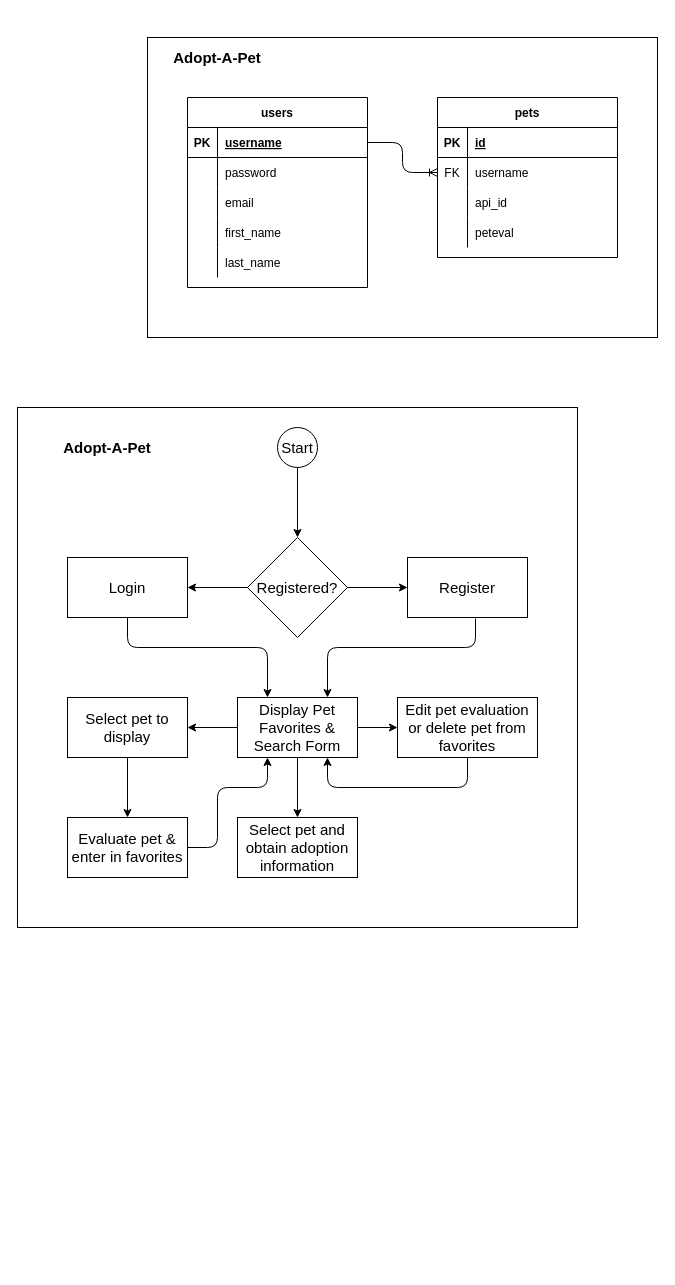
Before: Capstone Documents/adopt-a-pet.drawio in ursawd/adopt-a-pet, a draw.io diagram. Source tidied: cells renumbered, new cells numbered last; positions are measured from the earlier drawing's top-left corner, leaving out a move shared by most shapes. Both pictures are drawn from the tidied source at 100%, with x=0, y=0 at pixel (17, 37).
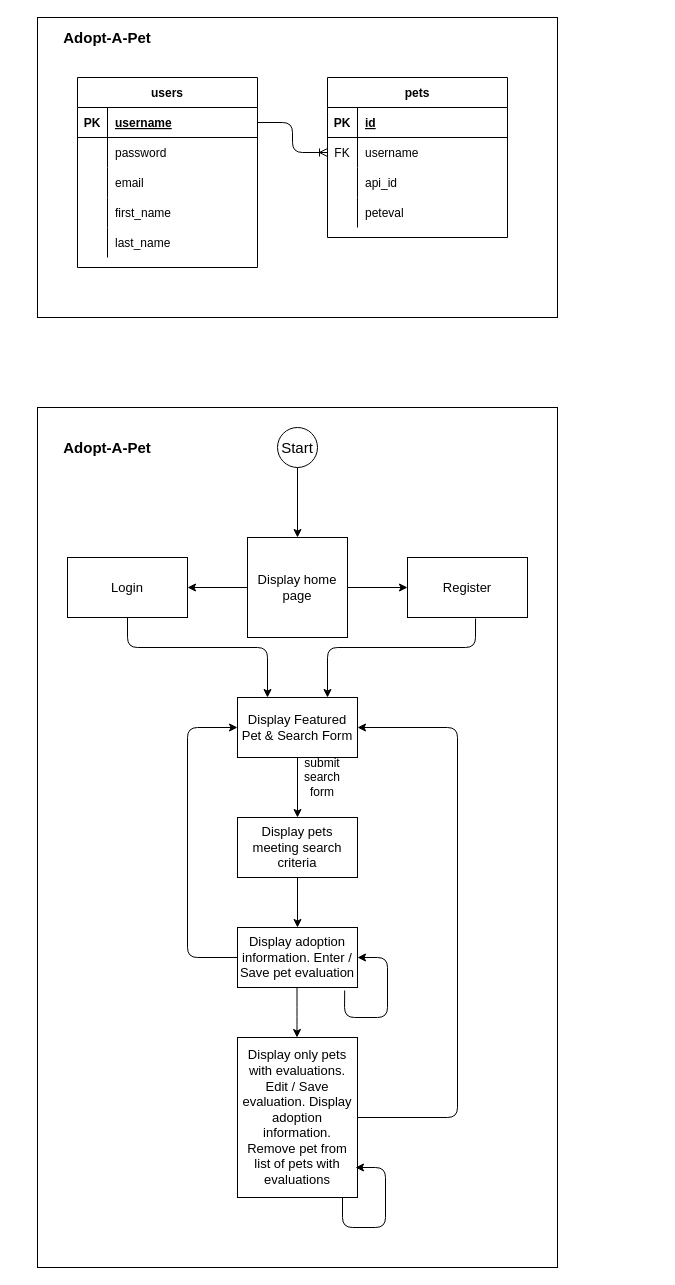
Above is the later version.

The edit, as a diff of the source:
```diff
@@
+    <mxCell id="56" style="rounded=0;whiteSpace=wrap;html=1;fontSize=13;" parent="1" vertex="1">
+      <mxGeometry x="20" y="370" width="520" height="860" as="geometry" />
+    </mxCell>
     <mxCell id="2" style="rounded=0;whiteSpace=wrap;html=1;" parent="1" vertex="1">
-      <mxGeometry x="130" width="510" height="300" as="geometry" />
+      <mxGeometry x="20" y="-20" width="520" height="300" as="geometry" />
     </mxCell>
     <mxCell id="3" value="users" style="shape=table;startSize=30;childLayout=tableLayout;rowLines=0;fontStyle=1;align=center;" parent="1" vertex="1">
-      <mxGeometry x="170" y="60" width="180" height="190" as="geometry" />
+      <mxGeometry x="60" y="40" width="180" height="190" as="geometry" />
     </mxCell>
@@
     <mxCell id="19" value="pets" style="shape=table;startSize=30;childLayout=tableLayout;rowLines=0;fontStyle=1;align=center;" parent="1" vertex="1">
-      <mxGeometry x="420" y="60" width="180" height="160" as="geometry" />
+      <mxGeometry x="310" y="40" width="180" height="160" as="geometry" />
     </mxCell>
@@
     <mxCell id="32" value="Adopt-A-Pet" style="text;html=1;strokeColor=none;fillColor=none;align=center;verticalAlign=middle;whiteSpace=wrap;rounded=0;fontStyle=1;fontSize=15;" parent="1" vertex="1">
-      <mxGeometry x="150" y="10" width="100" height="20" as="geometry" />
+      <mxGeometry x="40" y="-10" width="100" height="20" as="geometry" />
     </mxCell>
-    <mxCell id="33" style="rounded=0;whiteSpace=wrap;html=1;fontSize=15;" parent="1" vertex="1">
-      <mxGeometry y="370" width="560" height="520" as="geometry" />
-    </mxCell>
@@
-    <mxCell id="35" value="Registered?" style="rhombus;whiteSpace=wrap;html=1;fontSize=15;" parent="1" vertex="1">
+    <mxCell id="35" value="Display home page" style="rounded=0;whiteSpace=wrap;html=1;fontFamily=Helvetica;fontSize=13;fontColor=#000000;align=center;strokeColor=#000000;fillColor=#ffffff;" parent="1" vertex="1">
       <mxGeometry x="230" y="500" width="100" height="100" as="geometry" />
     </mxCell>
-    <mxCell id="36" value="Login" style="rounded=0;whiteSpace=wrap;html=1;fontSize=15;" parent="1" vertex="1">
+    <mxCell id="36" value="Login" style="rounded=0;whiteSpace=wrap;html=1;fontFamily=Helvetica;fontSize=13;fontColor=#000000;align=center;strokeColor=#000000;fillColor=#ffffff;" parent="1" vertex="1">
       <mxGeometry x="50" y="520" width="120" height="60" as="geometry" />
     </mxCell>
-    <mxCell id="37" value="Register" style="rounded=0;whiteSpace=wrap;html=1;fontSize=15;" parent="1" vertex="1">
+    <mxCell id="37" value="Register" style="rounded=0;whiteSpace=wrap;html=1;fontSize=13;" parent="1" vertex="1">
       <mxGeometry x="390" y="520" width="120" height="60" as="geometry" />
     </mxCell>
-    <mxCell id="38" value="Display Pet Favorites &amp;amp; Search Form" style="rounded=0;whiteSpace=wrap;html=1;fontSize=15;" parent="1" vertex="1">
+    <mxCell id="38" value="Display Featured Pet &amp;amp; Search Form" style="rounded=0;whiteSpace=wrap;html=1;fontSize=13;" parent="1" vertex="1">
       <mxGeometry x="220" y="660" width="120" height="60" as="geometry" />
     </mxCell>
-    <mxCell id="39" value="Select pet to display" style="rounded=0;whiteSpace=wrap;html=1;fontSize=15;" parent="1" vertex="1">
-      <mxGeometry x="50" y="660" width="120" height="60" as="geometry" />
-    </mxCell>
-    <mxCell id="40" value="Evaluate pet &amp;amp; enter in favorites" style="rounded=0;whiteSpace=wrap;html=1;fontSize=15;" parent="1" vertex="1">
-      <mxGeometry x="50" y="780" width="120" height="60" as="geometry" />
-    </mxCell>
-    <mxCell id="41" value="Edit pet evaluation or delete pet from favorites" style="rounded=0;whiteSpace=wrap;html=1;fontSize=15;" parent="1" vertex="1">
-      <mxGeometry x="380" y="660" width="140" height="60" as="geometry" />
-    </mxCell>
-    <mxCell id="42" value="Select pet and obtain adoption information" style="rounded=0;whiteSpace=wrap;html=1;fontSize=15;" parent="1" vertex="1">
+    <mxCell id="42" value="Display pets meeting search criteria" style="rounded=0;whiteSpace=wrap;html=1;fontSize=13;" parent="1" vertex="1">
       <mxGeometry x="220" y="780" width="120" height="60" as="geometry" />
     </mxCell>
@@
-    <mxCell id="48" style="endArrow=classic;html=1;fontSize=15;entryX=0;entryY=0.5;entryDx=0;entryDy=0;exitX=1;exitY=0.5;exitDx=0;exitDy=0;" parent="1" edge="1" source="38" target="41">
-      <mxGeometry relative="1" as="geometry" />
-    </mxCell>
-    <mxCell id="49" style="endArrow=classic;html=1;fontSize=15;exitX=0;exitY=0.5;exitDx=0;exitDy=0;entryX=1;entryY=0.5;entryDx=0;entryDy=0;" parent="1" edge="1" source="38" target="39">
-      <mxGeometry relative="1" as="geometry" />
-    </mxCell>
@@
-    <mxCell id="51" style="endArrow=classic;html=1;fontSize=15;exitX=0.5;exitY=1;exitDx=0;exitDy=0;" parent="1" edge="1" source="39" target="40">
-      <mxGeometry relative="1" as="geometry" />
-    </mxCell>
-    <mxCell id="52" style="endArrow=classic;html=1;fontSize=15;exitX=0.5;exitY=1;exitDx=0;exitDy=0;entryX=0.75;entryY=1;entryDx=0;entryDy=0;" parent="1" edge="1" source="41" target="38">
-      <mxGeometry relative="1" as="geometry">
-        <Array as="points">
-          <mxPoint x="450" y="750" />
-          <mxPoint x="310" y="750" />
-        </Array>
-      </mxGeometry>
-    </mxCell>
-    <mxCell id="53" style="endArrow=classic;html=1;fontSize=15;exitX=1;exitY=0.5;exitDx=0;exitDy=0;entryX=0.25;entryY=1;entryDx=0;entryDy=0;" parent="1" edge="1" source="40" target="38">
-      <mxGeometry relative="1" as="geometry">
-        <Array as="points">
-          <mxPoint x="200" y="810" />
-          <mxPoint x="200" y="750" />
-          <mxPoint x="250" y="750" />
-        </Array>
-      </mxGeometry>
-    </mxCell>
@@
+    <mxCell id="57" value="submit search form" style="text;html=1;strokeColor=none;fillColor=none;align=center;verticalAlign=middle;whiteSpace=wrap;rounded=0;" parent="1" vertex="1">
+      <mxGeometry x="285" y="730" width="40" height="20" as="geometry" />
+    </mxCell>
+    <mxCell id="58" value="Display adoption information. Enter / Save pet evaluation" style="rounded=0;whiteSpace=wrap;html=1;fontSize=13;" parent="1" vertex="1">
+      <mxGeometry x="220" y="890" width="120" height="60" as="geometry" />
+    </mxCell>
+    <mxCell id="59" style="endArrow=classic;html=1;fontSize=15;exitX=0.893;exitY=1.05;exitDx=0;exitDy=0;entryX=1;entryY=0.5;entryDx=0;entryDy=0;exitPerimeter=0;" parent="1" edge="1" source="58" target="58">
+      <mxGeometry relative="1" as="geometry">
+        <Array as="points">
+          <mxPoint x="327" y="980" />
+          <mxPoint x="370" y="980" />
+          <mxPoint x="370" y="920" />
+        </Array>
+      </mxGeometry>
+    </mxCell>
+    <mxCell id="60" style="endArrow=classic;html=1;fontSize=15;exitX=0;exitY=0.5;exitDx=0;exitDy=0;entryX=0;entryY=0.5;entryDx=0;entryDy=0;" parent="1" edge="1" source="58" target="38">
+      <mxGeometry relative="1" as="geometry">
+        <Array as="points">
+          <mxPoint x="170" y="920" />
+          <mxPoint x="170" y="690" />
+        </Array>
+      </mxGeometry>
+    </mxCell>
+    <mxCell id="61" style="endArrow=classic;html=1;fontSize=15;exitX=0.5;exitY=1;exitDx=0;exitDy=0;entryX=0.5;entryY=0;entryDx=0;entryDy=0;" parent="1" edge="1" source="42" target="58">
+      <mxGeometry relative="1" as="geometry" />
+    </mxCell>
+    <mxCell id="62" value="Display only pets with evaluations. Edit / Save evaluation. Display adoption information. Remove pet from list of pets with evaluations" style="rounded=0;whiteSpace=wrap;html=1;fontSize=13;" parent="1" vertex="1">
+      <mxGeometry x="220" y="1000" width="120" height="160" as="geometry" />
+    </mxCell>
+    <mxCell id="63" style="endArrow=classic;html=1;fontSize=15;" parent="1" edge="1">
+      <mxGeometry relative="1" as="geometry">
+        <mxPoint x="325" y="1160" as="sourcePoint" />
+        <mxPoint x="338" y="1130" as="targetPoint" />
+        <Array as="points">
+          <mxPoint x="325" y="1190" />
+          <mxPoint x="368" y="1190" />
+          <mxPoint x="368" y="1130" />
+        </Array>
+      </mxGeometry>
+    </mxCell>
+    <mxCell id="64" style="endArrow=classic;html=1;fontSize=15;exitX=1;exitY=0.5;exitDx=0;exitDy=0;entryX=1;entryY=0.5;entryDx=0;entryDy=0;" parent="1" edge="1" source="62" target="38">
+      <mxGeometry relative="1" as="geometry">
+        <Array as="points">
+          <mxPoint x="440" y="1080" />
+          <mxPoint x="440" y="690" />
+        </Array>
+      </mxGeometry>
+    </mxCell>
+    <mxCell id="65" style="endArrow=classic;html=1;fontSize=15;exitX=0.5;exitY=1;exitDx=0;exitDy=0;entryX=0.5;entryY=0;entryDx=0;entryDy=0;" parent="1" edge="1">
+      <mxGeometry relative="1" as="geometry">
+        <mxPoint x="279.5" y="950" as="sourcePoint" />
+        <mxPoint x="279.5" y="1000" as="targetPoint" />
+        <Array as="points">
+          <mxPoint x="279.5" y="980" />
+        </Array>
+      </mxGeometry>
+    </mxCell>
```
